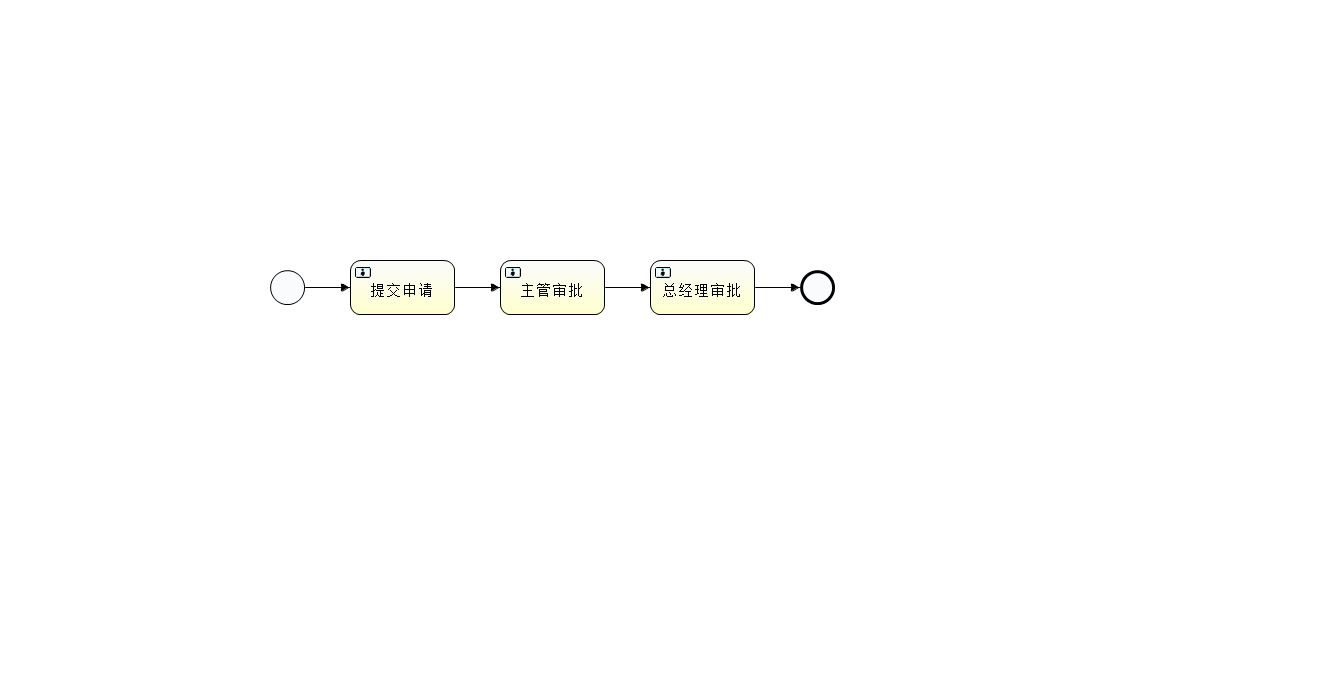
Earlier version of the BPMN export myOASystem/resource/workflow/LeaveBillProcess.png (Small-house520/myoa). Its source is kept beside it as myOASystem/resource/workflow/LeaveBillProcess.bpmn. Ids are renumbered.
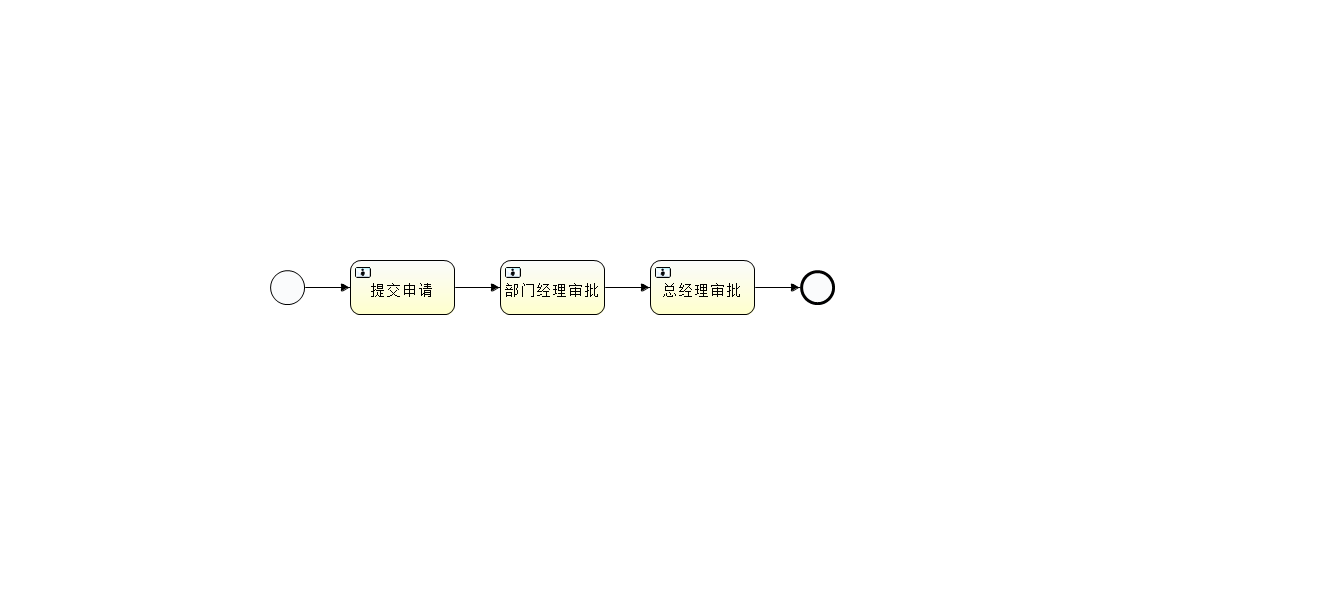
After the commit.

What changed in the source:
```diff
@@ -1,66 +1,56 @@
-<definitions xmlns="http://www.omg.org/spec/BPMN/20100524/MODEL"
-	xmlns:xsi="http://www.w3.org/2001/XMLSchema-instance" xmlns:activiti="http://activiti.org/bpmn"
-	xmlns:bpmndi="http://www.omg.org/spec/BPMN/20100524/DI" xmlns:omgdc="http://www.omg.org/spec/DD/20100524/DC"
-	xmlns:omgdi="http://www.omg.org/spec/DD/20100524/DI" xmlns:xsd="http://www.w3.org/2001/XMLSchema"
-	typeLanguage="http://www.w3.org/2001/XMLSchema" expressionLanguage="http://www.w3.org/1999/XPath"
-	targetNamespace="http://www.activiti.org/test">
-	<process id="LeaveBillProcess" name="My process" isExecutable="true">
-		<startEvent id="startevent1" name="Start"></startEvent>
-		<userTask id="usertask1" name="提交申请" activiti:assignee="${userId}"></userTask>
-		<sequenceFlow id="flow1" sourceRef="startevent1"
-			targetRef="usertask1"></sequenceFlow>
-		<userTask id="usertask2" name="主管审批">
-			<extensionElements>
-				<activiti:taskListener event="create"
-					class="com.web.oa.utils.CustomerLisnter"></activiti:taskListener>
-			</extensionElements>
-		</userTask>
-		<sequenceFlow id="flow2" sourceRef="usertask1" targetRef="usertask2"></sequenceFlow>
-		<userTask id="usertask3" name="总经理审批">
-			<extensionElements>
-				<activiti:taskListener event="create"
-					class="com.web.oa.utils.CustomerLisnter"></activiti:taskListener>
-			</extensionElements>
-		</userTask>
-		<sequenceFlow id="flow3" sourceRef="usertask2" targetRef="usertask3"></sequenceFlow>
-		<endEvent id="endevent1" name="End"></endEvent>
-		<sequenceFlow id="flow4" sourceRef="usertask3" targetRef="endevent1"></sequenceFlow>
-	</process>
-	<bpmndi:BPMNDiagram id="BPMNDiagram_LeaveBillProcess">
-		<bpmndi:BPMNPlane bpmnElement="LeaveBillProcess"
-			id="BPMNPlane_LeaveBillProcess">
-			<bpmndi:BPMNShape bpmnElement="startevent1"
-				id="BPMNShape_startevent1">
-				<omgdc:Bounds height="35.0" width="35.0" x="270.0" y="270.0"></omgdc:Bounds>
-			</bpmndi:BPMNShape>
-			<bpmndi:BPMNShape bpmnElement="usertask1" id="BPMNShape_usertask1">
-				<omgdc:Bounds height="55.0" width="105.0" x="350.0" y="260.0"></omgdc:Bounds>
-			</bpmndi:BPMNShape>
-			<bpmndi:BPMNShape bpmnElement="usertask2" id="BPMNShape_usertask2">
-				<omgdc:Bounds height="55.0" width="105.0" x="500.0" y="260.0"></omgdc:Bounds>
-			</bpmndi:BPMNShape>
-			<bpmndi:BPMNShape bpmnElement="usertask3" id="BPMNShape_usertask3">
-				<omgdc:Bounds height="55.0" width="105.0" x="650.0" y="260.0"></omgdc:Bounds>
-			</bpmndi:BPMNShape>
-			<bpmndi:BPMNShape bpmnElement="endevent1" id="BPMNShape_endevent1">
-				<omgdc:Bounds height="35.0" width="35.0" x="800.0" y="270.0"></omgdc:Bounds>
-			</bpmndi:BPMNShape>
-			<bpmndi:BPMNEdge bpmnElement="flow1" id="BPMNEdge_flow1">
-				<omgdi:waypoint x="305.0" y="287.0"></omgdi:waypoint>
-				<omgdi:waypoint x="350.0" y="287.0"></omgdi:waypoint>
-			</bpmndi:BPMNEdge>
-			<bpmndi:BPMNEdge bpmnElement="flow2" id="BPMNEdge_flow2">
-				<omgdi:waypoint x="455.0" y="287.0"></omgdi:waypoint>
-				<omgdi:waypoint x="500.0" y="287.0"></omgdi:waypoint>
-			</bpmndi:BPMNEdge>
-			<bpmndi:BPMNEdge bpmnElement="flow3" id="BPMNEdge_flow3">
-				<omgdi:waypoint x="605.0" y="287.0"></omgdi:waypoint>
-				<omgdi:waypoint x="650.0" y="287.0"></omgdi:waypoint>
-			</bpmndi:BPMNEdge>
-			<bpmndi:BPMNEdge bpmnElement="flow4" id="BPMNEdge_flow4">
-				<omgdi:waypoint x="755.0" y="287.0"></omgdi:waypoint>
-				<omgdi:waypoint x="800.0" y="287.0"></omgdi:waypoint>
-			</bpmndi:BPMNEdge>
-		</bpmndi:BPMNPlane>
-	</bpmndi:BPMNDiagram>
+<definitions xmlns="http://www.omg.org/spec/BPMN/20100524/MODEL" xmlns:xsi="http://www.w3.org/2001/XMLSchema-instance" xmlns:activiti="http://activiti.org/bpmn" xmlns:bpmndi="http://www.omg.org/spec/BPMN/20100524/DI" xmlns:omgdc="http://www.omg.org/spec/DD/20100524/DC" xmlns:omgdi="http://www.omg.org/spec/DD/20100524/DI" xmlns:xsd="http://www.w3.org/2001/XMLSchema" typeLanguage="http://www.w3.org/2001/XMLSchema" expressionLanguage="http://www.w3.org/1999/XPath" targetNamespace="http://www.activiti.org/test">
+  <process id="LeaveBillProcess" name="My process" isExecutable="true">
+    <startEvent id="startevent1" name="Start"></startEvent>
+    <userTask id="usertask1" name="提交申请" activiti:assignee="${userId}"></userTask>
+    <sequenceFlow id="flow1" sourceRef="startevent1" targetRef="usertask1"></sequenceFlow>
+    <userTask id="usertask2" name="部门经理审批">
+      <extensionElements>
+        <activiti:taskListener event="create" class="com.web.oa.utils.CustomerLisnter"></activiti:taskListener>
+      </extensionElements>
+    </userTask>
+    <sequenceFlow id="flow2" sourceRef="usertask1" targetRef="usertask2"></sequenceFlow>
+    <userTask id="usertask3" name="总经理审批">
+      <extensionElements>
+        <activiti:taskListener event="create" class="com.web.oa.utils.CustomerLisnter"></activiti:taskListener>
+      </extensionElements>
+    </userTask>
+    <sequenceFlow id="flow3" sourceRef="usertask2" targetRef="usertask3"></sequenceFlow>
+    <endEvent id="endevent1" name="End"></endEvent>
+    <sequenceFlow id="flow4" sourceRef="usertask3" targetRef="endevent1"></sequenceFlow>
+  </process>
+  <bpmndi:BPMNDiagram id="BPMNDiagram_LeaveBillProcess">
+    <bpmndi:BPMNPlane bpmnElement="LeaveBillProcess" id="BPMNPlane_LeaveBillProcess">
+      <bpmndi:BPMNShape bpmnElement="startevent1" id="BPMNShape_startevent1">
+        <omgdc:Bounds height="35.0" width="35.0" x="270.0" y="270.0"></omgdc:Bounds>
+      </bpmndi:BPMNShape>
+      <bpmndi:BPMNShape bpmnElement="usertask1" id="BPMNShape_usertask1">
+        <omgdc:Bounds height="55.0" width="105.0" x="350.0" y="260.0"></omgdc:Bounds>
+      </bpmndi:BPMNShape>
+      <bpmndi:BPMNShape bpmnElement="usertask2" id="BPMNShape_usertask2">
+        <omgdc:Bounds height="55.0" width="105.0" x="500.0" y="260.0"></omgdc:Bounds>
+      </bpmndi:BPMNShape>
+      <bpmndi:BPMNShape bpmnElement="usertask3" id="BPMNShape_usertask3">
+        <omgdc:Bounds height="55.0" width="105.0" x="650.0" y="260.0"></omgdc:Bounds>
+      </bpmndi:BPMNShape>
+      <bpmndi:BPMNShape bpmnElement="endevent1" id="BPMNShape_endevent1">
+        <omgdc:Bounds height="35.0" width="35.0" x="800.0" y="270.0"></omgdc:Bounds>
+      </bpmndi:BPMNShape>
+      <bpmndi:BPMNEdge bpmnElement="flow1" id="BPMNEdge_flow1">
+        <omgdi:waypoint x="305.0" y="287.0"></omgdi:waypoint>
+        <omgdi:waypoint x="350.0" y="287.0"></omgdi:waypoint>
+      </bpmndi:BPMNEdge>
+      <bpmndi:BPMNEdge bpmnElement="flow2" id="BPMNEdge_flow2">
+        <omgdi:waypoint x="455.0" y="287.0"></omgdi:waypoint>
+        <omgdi:waypoint x="500.0" y="287.0"></omgdi:waypoint>
+      </bpmndi:BPMNEdge>
+      <bpmndi:BPMNEdge bpmnElement="flow3" id="BPMNEdge_flow3">
+        <omgdi:waypoint x="605.0" y="287.0"></omgdi:waypoint>
+        <omgdi:waypoint x="650.0" y="287.0"></omgdi:waypoint>
+      </bpmndi:BPMNEdge>
+      <bpmndi:BPMNEdge bpmnElement="flow4" id="BPMNEdge_flow4">
+        <omgdi:waypoint x="755.0" y="287.0"></omgdi:waypoint>
+        <omgdi:waypoint x="800.0" y="287.0"></omgdi:waypoint>
+      </bpmndi:BPMNEdge>
+    </bpmndi:BPMNPlane>
+  </bpmndi:BPMNDiagram>
 </definitions>
```
